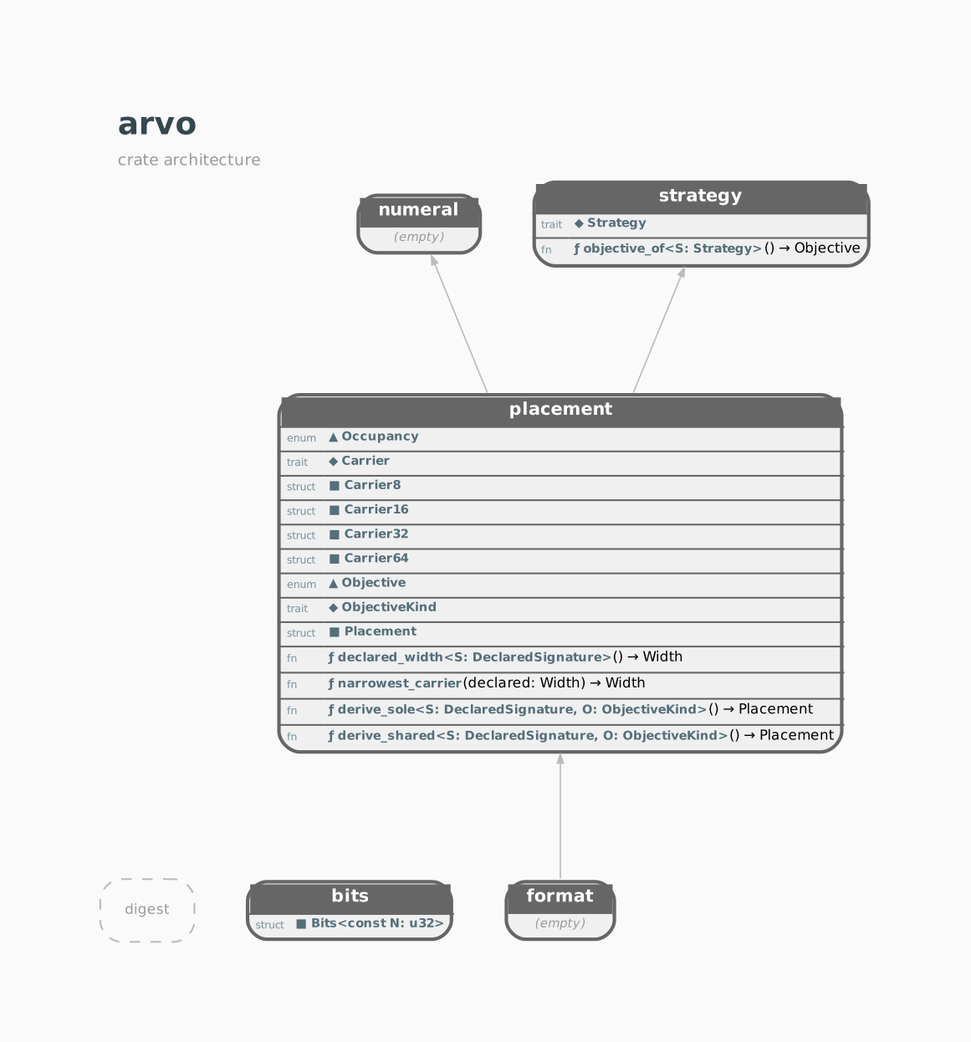
orgrinrt/arvo keeps this Graphviz diagram as docs/STRUCTURE.GRAPH.png. Above is the earlier version. Its source is kept beside it as docs/STRUCTURE.GRAPH.dot.
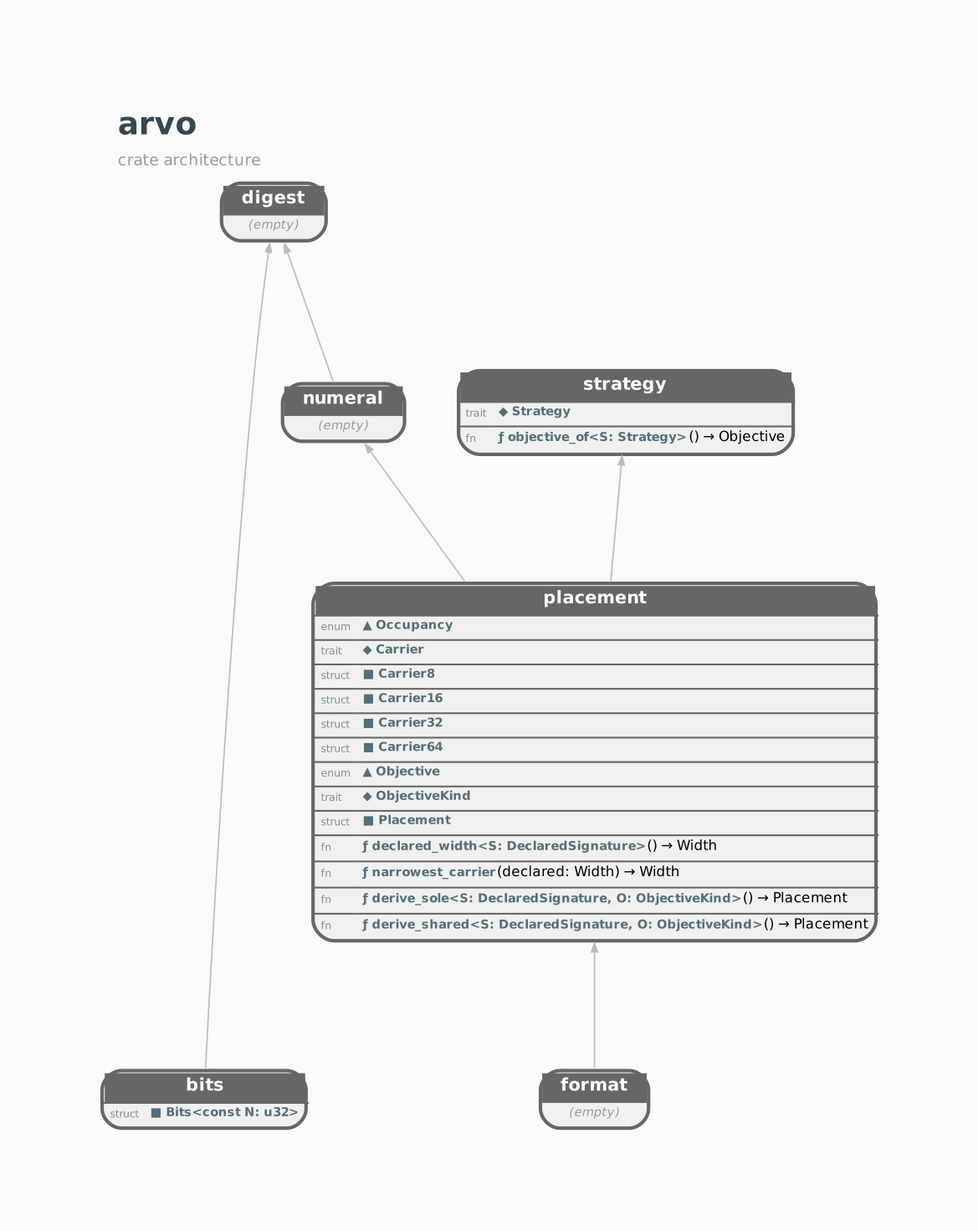
The same diagram one commit later.

What changed in the source:
```diff
@@ -11,9 +11,8 @@
     labeljust=l;
     label=<<TABLE BORDER="0" CELLBORDER="0" CELLSPACING="0"><TR><TD ALIGN="LEFT"><FONT POINT-SIZE="18" COLOR="#37474F"><B>arvo</B></FONT></TD></TR><TR><TD ALIGN="LEFT"><FONT POINT-SIZE="9" COLOR="#999999">crate architecture</FONT></TD></TR></TABLE>>;
 
-    arvo_digest [shape=box, style="dashed,rounded", color="#BBBBBB", fontcolor="#999999", label="digest"];
-
     arvo_bits [shape=none, margin=0, label=<<TABLE BORDER="2" CELLBORDER="0" CELLSPACING="0" CELLPADDING="3" BGCOLOR="#F0F0F0" COLOR="#666666" STYLE="ROUNDED"><TR><TD COLSPAN="2" BGCOLOR="#666666" ALIGN="CENTER"><FONT COLOR="white" POINT-SIZE="10"><B>  bits  </B></FONT></TD></TR><HR/><TR><TD ALIGN="LEFT"><FONT COLOR="#78909C" POINT-SIZE="6">struct</FONT></TD><TD ALIGN="LEFT" PORT="p_Bits"><FONT COLOR="#546E7A" POINT-SIZE="7"><B>■ Bits&lt;const N: u32&gt;</B></FONT></TD></TR></TABLE>>];
+    arvo_digest [shape=none, margin=0, label=<<TABLE BORDER="2" CELLBORDER="0" CELLSPACING="0" CELLPADDING="3" BGCOLOR="#F0F0F0" COLOR="#666666" STYLE="ROUNDED"><TR><TD COLSPAN="2" BGCOLOR="#666666" ALIGN="CENTER"><FONT COLOR="white" POINT-SIZE="10"><B>  digest  </B></FONT></TD></TR><TR><TD COLSPAN="2"><FONT COLOR="#999999" POINT-SIZE="7"><I>(empty)</I></FONT></TD></TR></TABLE>>];
     arvo_format [shape=none, margin=0, label=<<TABLE BORDER="2" CELLBORDER="0" CELLSPACING="0" CELLPADDING="3" BGCOLOR="#F0F0F0" COLOR="#666666" STYLE="ROUNDED"><TR><TD COLSPAN="2" BGCOLOR="#666666" ALIGN="CENTER"><FONT COLOR="white" POINT-SIZE="10"><B>  format  </B></FONT></TD></TR><TR><TD COLSPAN="2"><FONT COLOR="#999999" POINT-SIZE="7"><I>(empty)</I></FONT></TD></TR></TABLE>>];
     arvo_numeral [shape=none, margin=0, label=<<TABLE BORDER="2" CELLBORDER="0" CELLSPACING="0" CELLPADDING="3" BGCOLOR="#F0F0F0" COLOR="#666666" STYLE="ROUNDED"><TR><TD COLSPAN="2" BGCOLOR="#666666" ALIGN="CENTER"><FONT COLOR="white" POINT-SIZE="10"><B>  numeral  </B></FONT></TD></TR><TR><TD COLSPAN="2"><FONT COLOR="#999999" POINT-SIZE="7"><I>(empty)</I></FONT></TD></TR></TABLE>>];
     arvo_placement [shape=none, margin=0, label=<<TABLE BORDER="2" CELLBORDER="0" CELLSPACING="0" CELLPADDING="3" BGCOLOR="#F0F0F0" COLOR="#666666" STYLE="ROUNDED"><TR><TD COLSPAN="2" BGCOLOR="#666666" ALIGN="CENTER"><FONT COLOR="white" POINT-SIZE="10"><B>  placement  </B></FONT></TD></TR><HR/><TR><TD ALIGN="LEFT"><FONT COLOR="#78909C" POINT-SIZE="6">enum</FONT></TD><TD ALIGN="LEFT" PORT="p_Occupancy"><FONT COLOR="#546E7A" POINT-SIZE="7"><B>▲ Occupancy</B></FONT></TD></TR><HR/><TR><TD ALIGN="LEFT"><FONT COLOR="#78909C" POINT-SIZE="6">trait</FONT></TD><TD ALIGN="LEFT" PORT="p_Carrier"><FONT COLOR="#546E7A" POINT-SIZE="7"><B>◆ Carrier</B></FONT></TD></TR><HR/><TR><TD ALIGN="LEFT"><FONT COLOR="#78909C" POINT-SIZE="6">struct</FONT></TD><TD ALIGN="LEFT" PORT="p_Carrier8"><FONT COLOR="#546E7A" POINT-SIZE="7"><B>■ Carrier8</B></FONT></TD></TR><HR/><TR><TD ALIGN="LEFT"><FONT COLOR="#78909C" POINT-SIZE="6">struct</FONT></TD><TD ALIGN="LEFT" PORT="p_Carrier16"><FONT COLOR="#546E7A" POINT-SIZE="7"><B>■ Carrier16</B></FONT></TD></TR><HR/><TR><TD ALIGN="LEFT"><FONT COLOR="#78909C" POINT-SIZE="6">struct</FONT></TD><TD ALIGN="LEFT" PORT="p_Carrier32"><FONT COLOR="#546E7A" POINT-SIZE="7"><B>■ Carrier32</B></FONT></TD></TR><HR/><TR><TD ALIGN="LEFT"><FONT COLOR="#78909C" POINT-SIZE="6">struct</FONT></TD><TD ALIGN="LEFT" PORT="p_Carrier64"><FONT COLOR="#546E7A" POINT-SIZE="7"><B>■ Carrier64</B></FONT></TD></TR><HR/><TR><TD ALIGN="LEFT"><FONT COLOR="#78909C" POINT-SIZE="6">enum</FONT></TD><TD ALIGN="LEFT" PORT="p_Objective"><FONT COLOR="#546E7A" POINT-SIZE="7"><B>▲ Objective</B></FONT></TD></TR><HR/><TR><TD ALIGN="LEFT"><FONT COLOR="#78909C" POINT-SIZE="6">trait</FONT></TD><TD ALIGN="LEFT" PORT="p_ObjectiveKind"><FONT COLOR="#546E7A" POINT-SIZE="7"><B>◆ ObjectiveKind</B></FONT></TD></TR><HR/><TR><TD ALIGN="LEFT"><FONT COLOR="#78909C" POINT-SIZE="6">struct</FONT></TD><TD ALIGN="LEFT" PORT="p_Placement"><FONT COLOR="#546E7A" POINT-SIZE="7"><B>■ Placement</B></FONT></TD></TR><HR/><TR><TD ALIGN="LEFT"><FONT COLOR="#78909C" POINT-SIZE="6">fn</FONT></TD><TD ALIGN="LEFT" PORT="p_declared_width"><FONT COLOR="#546E7A" POINT-SIZE="7"><B>ƒ declared_width&lt;S: DeclaredSignature&gt;</B></FONT>() → Width</TD></TR><HR/><TR><TD ALIGN="LEFT"><FONT COLOR="#78909C" POINT-SIZE="6">fn</FONT></TD><TD ALIGN="LEFT" PORT="p_narrowest_carrier"><FONT COLOR="#546E7A" POINT-SIZE="7"><B>ƒ narrowest_carrier</B></FONT>(declared: Width) → Width</TD></TR><HR/><TR><TD ALIGN="LEFT"><FONT COLOR="#78909C" POINT-SIZE="6">fn</FONT></TD><TD ALIGN="LEFT" PORT="p_derive_sole"><FONT COLOR="#546E7A" POINT-SIZE="7"><B>ƒ derive_sole&lt;S: DeclaredSignature, O: ObjectiveKind&gt;</B></FONT>() → Placement</TD></TR><HR/><TR><TD ALIGN="LEFT"><FONT COLOR="#78909C" POINT-SIZE="6">fn</FONT></TD><TD ALIGN="LEFT" PORT="p_derive_shared"><FONT COLOR="#546E7A" POINT-SIZE="7"><B>ƒ derive_shared&lt;S: DeclaredSignature, O: ObjectiveKind&gt;</B></FONT>() → Placement</TD></TR></TABLE>>];
@@ -22,8 +21,11 @@
     { rank=same; arvo_bits; arvo_format; } // depth 0
     { rank=same; arvo_placement; } // depth 1
     { rank=same; arvo_numeral; arvo_strategy; } // depth 2
+    { rank=same; arvo_digest; } // depth 3
 
 
+    arvo_numeral -> arvo_digest;
+    arvo_bits -> arvo_digest;
     arvo_placement -> arvo_numeral;
     arvo_format -> arvo_placement;
     arvo_placement -> arvo_strategy;
```
